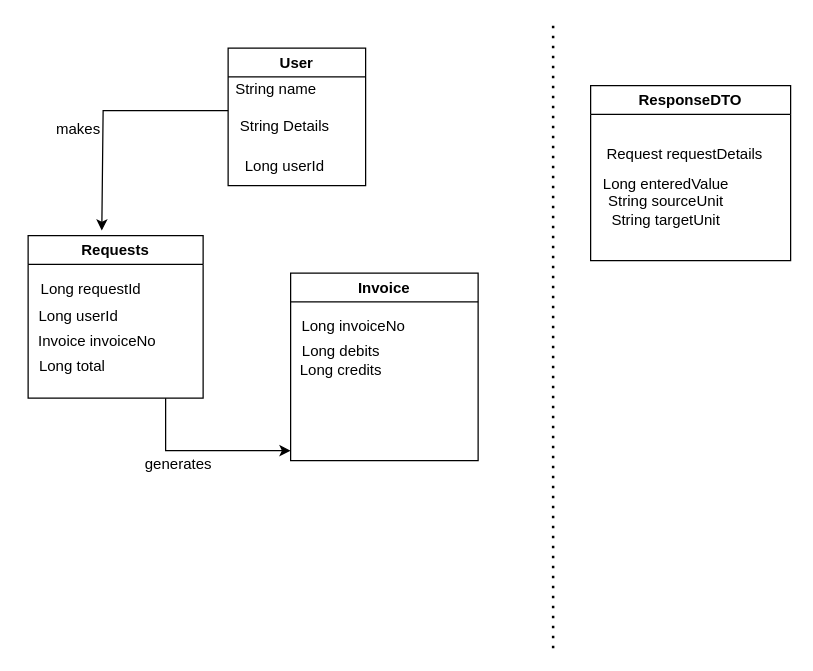
Earlier version of the draw.io diagram page "Page-2" (2 of 2) of HLD-Converters.drawio (pratimsh/DesignDiagramForUnitConverter). Source tidied: cells renumbered, new cells numbered last; positions are measured from the earlier drawing's top-left corner, leaving out a move shared by most shapes. Both pictures are drawn from the tidied source at 125%, with x=0, y=0 at pixel (21, 22).
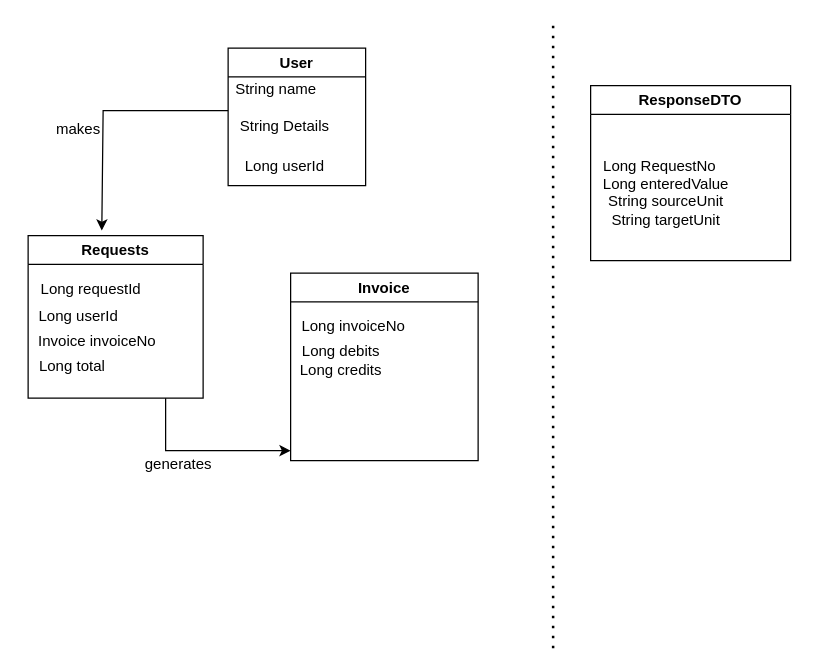
The same page after the edit.

Unchanged cells that the change refers to:
```xml
<mxCell id="19" value="ResponseDTO" style="swimlane;whiteSpace=wrap;html=1;" parent="1" vertex="1">
  <mxGeometry x="455" y="50" width="160" height="140" as="geometry" />
</mxCell>
```

Diff of the diagram source:
```diff
@@
-    <mxCell id="20" value="Request requestDetails" style="text;html=1;align=center;verticalAlign=middle;strokeColor=none;fillColor=none;" parent="19" vertex="1">
-      <mxGeometry y="40" width="150" height="30" as="geometry" />
+    <mxCell id="20" value="Long RequestNo" style="text;html=1;align=center;verticalAlign=middle;strokeColor=none;fillColor=none;" parent="19" vertex="1">
+      <mxGeometry y="50" width="110" height="30" as="geometry" />
     </mxCell>
```
